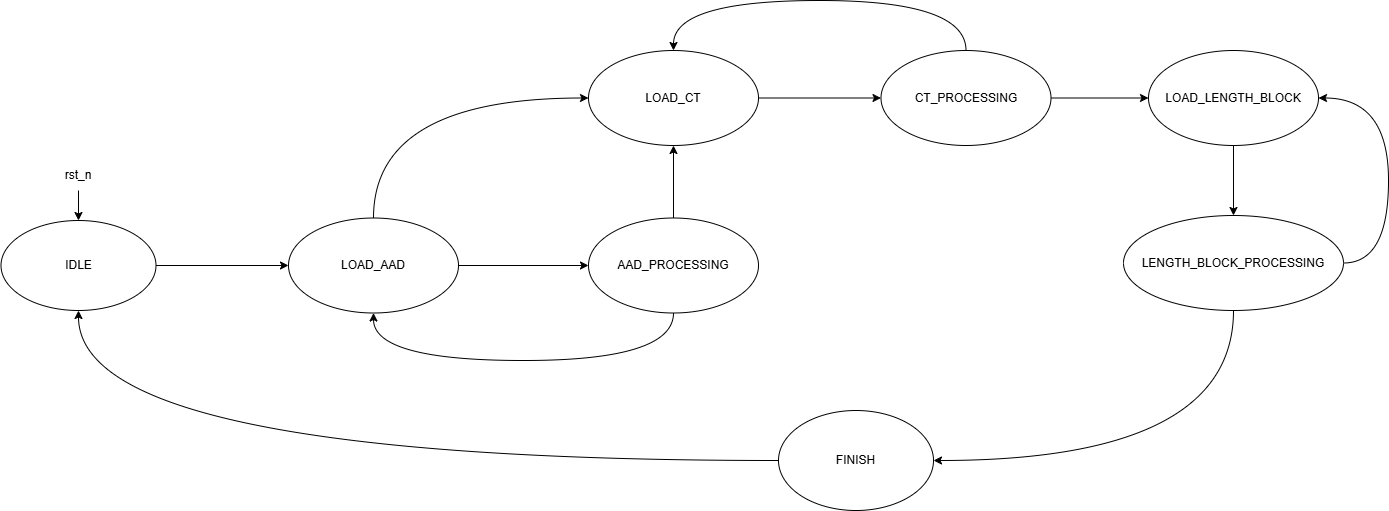
Before: Quang Long/_media/TagProcessing FSM.png, a diagram exported from draw.io (LQLManZz/AES128-Verilog). Source tidied: cells renumbered, new cells last; positions are measured from the earlier drawing's top-left corner, leaving out a move shared by most shapes. The source it was exported from:
```xml
<mxGraphModel>
  <root>
    <mxCell id="0" />
    <mxCell id="1" parent="0" />
    <mxCell id="2" style="edgeStyle=orthogonalEdgeStyle;rounded=0;jettySize=auto;html=1;exitX=1;exitY=0.5;exitDx=0;exitDy=0;entryX=0;entryY=0.5;entryDx=0;entryDy=0;" parent="1" edge="1" source="3" target="8">
      <mxGeometry relative="1" as="geometry" />
    </mxCell>
    <mxCell id="3" value="IDLE" style="ellipse;whiteSpace=wrap;html=1;" parent="1" vertex="1">
      <mxGeometry x="0.5" y="220" width="155" height="90" as="geometry" />
    </mxCell>
    <mxCell id="4" style="edgeStyle=orthogonalEdgeStyle;rounded=0;jettySize=auto;html=1;exitX=0.5;exitY=1;exitDx=0;exitDy=0;entryX=0.5;entryY=0;entryDx=0;entryDy=0;" parent="1" edge="1" source="5" target="3">
      <mxGeometry relative="1" as="geometry" />
    </mxCell>
    <mxCell id="5" value="rst_n" style="text;html=1;whiteSpace=wrap;strokeColor=none;fillColor=none;align=center;verticalAlign=middle;rounded=0;" parent="1" vertex="1">
      <mxGeometry x="48" y="160" width="60" height="30" as="geometry" />
    </mxCell>
    <mxCell id="6" style="edgeStyle=orthogonalEdgeStyle;rounded=0;jettySize=auto;html=1;exitX=1;exitY=0.5;exitDx=0;exitDy=0;entryX=0;entryY=0.5;entryDx=0;entryDy=0;" parent="1" edge="1" source="8" target="11">
      <mxGeometry relative="1" as="geometry" />
    </mxCell>
    <mxCell id="7" style="edgeStyle=orthogonalEdgeStyle;rounded=0;jettySize=auto;html=1;exitX=0.5;exitY=0;exitDx=0;exitDy=0;entryX=0;entryY=0.5;entryDx=0;entryDy=0;fontFamily=Helvetica;fontSize=12;fontColor=default;curved=1;" parent="1" edge="1" source="8" target="15">
      <mxGeometry relative="1" as="geometry" />
    </mxCell>
    <mxCell id="8" value="LOAD_AAD" style="ellipse;whiteSpace=wrap;html=1;" parent="1" vertex="1">
      <mxGeometry x="288" y="217.5" width="170" height="95" as="geometry" />
    </mxCell>
    <mxCell id="9" style="edgeStyle=orthogonalEdgeStyle;rounded=0;jettySize=auto;html=1;exitX=0.5;exitY=0;exitDx=0;exitDy=0;entryX=0.5;entryY=1;entryDx=0;entryDy=0;fontFamily=Helvetica;fontSize=12;fontColor=default;" parent="1" edge="1" source="11" target="15">
      <mxGeometry relative="1" as="geometry" />
    </mxCell>
    <mxCell id="10" style="edgeStyle=orthogonalEdgeStyle;rounded=0;jettySize=auto;html=1;exitX=0.5;exitY=1;exitDx=0;exitDy=0;entryX=0.5;entryY=1;entryDx=0;entryDy=0;fontFamily=Helvetica;fontSize=12;fontColor=default;curved=1;" parent="1" edge="1" source="11" target="8">
      <mxGeometry relative="1" as="geometry">
        <Array as="points">
          <mxPoint x="673" y="360" />
          <mxPoint x="373" y="360" />
        </Array>
      </mxGeometry>
    </mxCell>
    <mxCell id="11" value="AAD_PROCESSING" style="ellipse;whiteSpace=wrap;html=1;" parent="1" vertex="1">
      <mxGeometry x="588" y="217.5" width="170" height="95" as="geometry" />
    </mxCell>
    <mxCell id="12" style="edgeStyle=orthogonalEdgeStyle;rounded=0;jettySize=auto;html=1;exitX=0;exitY=0.5;exitDx=0;exitDy=0;entryX=0.5;entryY=1;entryDx=0;entryDy=0;curved=1;" parent="1" edge="1" source="13" target="3">
      <mxGeometry relative="1" as="geometry" />
    </mxCell>
    <mxCell id="13" value="FINISH" style="ellipse;whiteSpace=wrap;html=1;" parent="1" vertex="1">
      <mxGeometry x="778" y="410" width="155" height="100" as="geometry" />
    </mxCell>
    <mxCell id="14" style="edgeStyle=orthogonalEdgeStyle;rounded=0;jettySize=auto;html=1;exitX=1;exitY=0.5;exitDx=0;exitDy=0;entryX=0;entryY=0.5;entryDx=0;entryDy=0;fontFamily=Helvetica;fontSize=12;fontColor=default;" parent="1" edge="1" source="15" target="18">
      <mxGeometry relative="1" as="geometry" />
    </mxCell>
    <mxCell id="15" value="LOAD_CT" style="ellipse;whiteSpace=wrap;html=1;" parent="1" vertex="1">
      <mxGeometry x="588" y="50" width="170" height="95" as="geometry" />
    </mxCell>
    <mxCell id="16" style="edgeStyle=orthogonalEdgeStyle;rounded=0;jettySize=auto;html=1;exitX=1;exitY=0.5;exitDx=0;exitDy=0;entryX=0;entryY=0.5;entryDx=0;entryDy=0;fontFamily=Helvetica;fontSize=12;fontColor=default;" parent="1" edge="1" source="18" target="20">
      <mxGeometry relative="1" as="geometry" />
    </mxCell>
    <mxCell id="17" style="edgeStyle=orthogonalEdgeStyle;rounded=0;jettySize=auto;html=1;exitX=0.5;exitY=0;exitDx=0;exitDy=0;entryX=0.5;entryY=0;entryDx=0;entryDy=0;fontFamily=Helvetica;fontSize=12;fontColor=default;curved=1;" parent="1" edge="1" source="18" target="15">
      <mxGeometry relative="1" as="geometry">
        <Array as="points">
          <mxPoint x="965.5" />
          <mxPoint x="673" />
        </Array>
      </mxGeometry>
    </mxCell>
    <mxCell id="18" value="CT_PROCESSING" style="ellipse;whiteSpace=wrap;html=1;" parent="1" vertex="1">
      <mxGeometry x="880.5" y="50" width="170" height="95" as="geometry" />
    </mxCell>
    <mxCell id="19" style="edgeStyle=orthogonalEdgeStyle;rounded=0;jettySize=auto;html=1;exitX=0.5;exitY=1;exitDx=0;exitDy=0;entryX=0.5;entryY=0;entryDx=0;entryDy=0;fontFamily=Helvetica;fontSize=12;fontColor=default;" parent="1" edge="1" source="20" target="23">
      <mxGeometry relative="1" as="geometry" />
    </mxCell>
    <mxCell id="20" value="LOAD_LENGTH_BLOCK" style="ellipse;whiteSpace=wrap;html=1;" parent="1" vertex="1">
      <mxGeometry x="1148" y="50" width="170" height="95" as="geometry" />
    </mxCell>
    <mxCell id="21" style="edgeStyle=orthogonalEdgeStyle;rounded=0;jettySize=auto;html=1;exitX=0.5;exitY=1;exitDx=0;exitDy=0;entryX=1;entryY=0.5;entryDx=0;entryDy=0;fontFamily=Helvetica;fontSize=12;fontColor=default;curved=1;" parent="1" edge="1" source="23" target="13">
      <mxGeometry relative="1" as="geometry" />
    </mxCell>
    <mxCell id="22" style="edgeStyle=orthogonalEdgeStyle;rounded=0;jettySize=auto;html=1;exitX=1;exitY=0.5;exitDx=0;exitDy=0;entryX=1;entryY=0.5;entryDx=0;entryDy=0;fontFamily=Helvetica;fontSize=12;fontColor=default;curved=1;" parent="1" edge="1" source="23" target="20">
      <mxGeometry relative="1" as="geometry">
        <Array as="points">
          <mxPoint x="1388" y="262.5" />
          <mxPoint x="1388" y="97.5" />
        </Array>
      </mxGeometry>
    </mxCell>
    <mxCell id="23" value="LENGTH_BLOCK_PROCESSING" style="ellipse;whiteSpace=wrap;html=1;" parent="1" vertex="1">
      <mxGeometry x="1123" y="215" width="220" height="95" as="geometry" />
    </mxCell>
  </root>
</mxGraphModel>
```
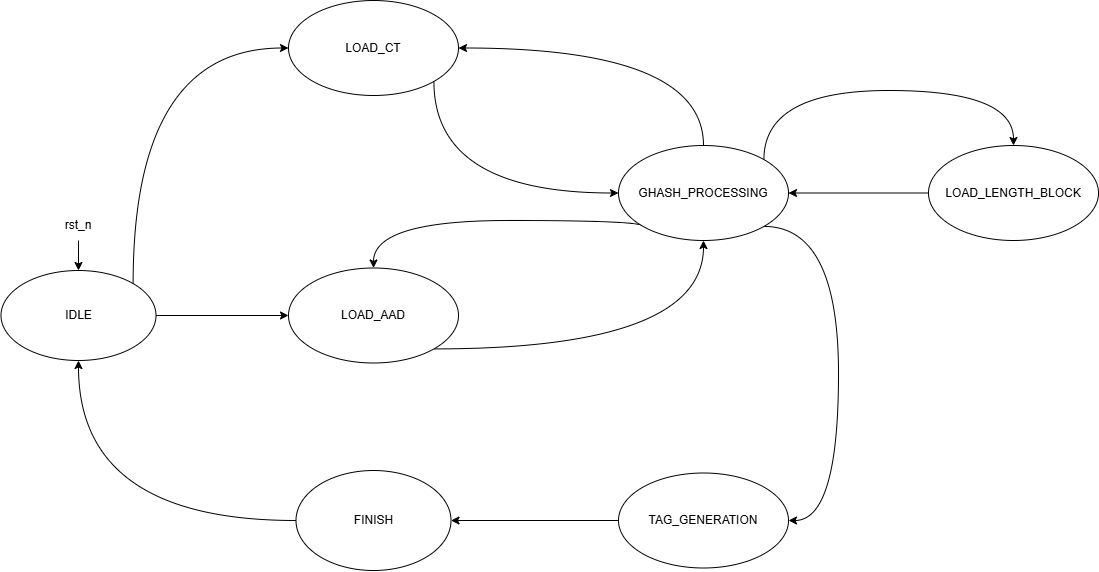
After the commit.

Diff of the diagram source:
```diff
@@ -5,6 +5,13 @@
     <mxCell id="2" style="edgeStyle=orthogonalEdgeStyle;rounded=0;jettySize=auto;html=1;exitX=1;exitY=0.5;exitDx=0;exitDy=0;entryX=0;entryY=0.5;entryDx=0;entryDy=0;" parent="1" edge="1" source="3" target="8">
       <mxGeometry relative="1" as="geometry" />
     </mxCell>
+    <mxCell id="24" style="edgeStyle=orthogonalEdgeStyle;rounded=0;jettySize=auto;html=1;exitX=1;exitY=0;exitDx=0;exitDy=0;entryX=0;entryY=0.5;entryDx=0;entryDy=0;fontFamily=Helvetica;fontSize=12;fontColor=default;curved=1;" parent="1" edge="1" source="3" target="15">
+      <mxGeometry relative="1" as="geometry">
+        <Array as="points">
+          <mxPoint x="132.6" y="-2.5" />
+        </Array>
+      </mxGeometry>
+    </mxCell>
     <mxCell id="3" value="IDLE" style="ellipse;whiteSpace=wrap;html=1;" parent="1" vertex="1">
       <mxGeometry x="0.5" y="220" width="155" height="90" as="geometry" />
     </mxCell>
@@ -14,74 +21,69 @@
     <mxCell id="5" value="rst_n" style="text;html=1;whiteSpace=wrap;strokeColor=none;fillColor=none;align=center;verticalAlign=middle;rounded=0;" parent="1" vertex="1">
       <mxGeometry x="48" y="160" width="60" height="30" as="geometry" />
     </mxCell>
-    <mxCell id="6" style="edgeStyle=orthogonalEdgeStyle;rounded=0;jettySize=auto;html=1;exitX=1;exitY=0.5;exitDx=0;exitDy=0;entryX=0;entryY=0.5;entryDx=0;entryDy=0;" parent="1" edge="1" source="8" target="11">
-      <mxGeometry relative="1" as="geometry" />
-    </mxCell>
-    <mxCell id="7" style="edgeStyle=orthogonalEdgeStyle;rounded=0;jettySize=auto;html=1;exitX=0.5;exitY=0;exitDx=0;exitDy=0;entryX=0;entryY=0.5;entryDx=0;entryDy=0;fontFamily=Helvetica;fontSize=12;fontColor=default;curved=1;" parent="1" edge="1" source="8" target="15">
-      <mxGeometry relative="1" as="geometry" />
-    </mxCell>
+    <mxCell id="25" style="edgeStyle=orthogonalEdgeStyle;rounded=0;jettySize=auto;html=1;exitX=1;exitY=1;exitDx=0;exitDy=0;entryX=0.5;entryY=1;entryDx=0;entryDy=0;fontFamily=Helvetica;fontSize=12;fontColor=default;curved=1;" parent="1" edge="1" source="8" target="34">
+      <mxGeometry relative="1" as="geometry" />
+    </mxCell>
     <mxCell id="8" value="LOAD_AAD" style="ellipse;whiteSpace=wrap;html=1;" parent="1" vertex="1">
       <mxGeometry x="288" y="217.5" width="170" height="95" as="geometry" />
     </mxCell>
-    <mxCell id="9" style="edgeStyle=orthogonalEdgeStyle;rounded=0;jettySize=auto;html=1;exitX=0.5;exitY=0;exitDx=0;exitDy=0;entryX=0.5;entryY=1;entryDx=0;entryDy=0;fontFamily=Helvetica;fontSize=12;fontColor=default;" parent="1" edge="1" source="11" target="15">
-      <mxGeometry relative="1" as="geometry" />
-    </mxCell>
-    <mxCell id="10" style="edgeStyle=orthogonalEdgeStyle;rounded=0;jettySize=auto;html=1;exitX=0.5;exitY=1;exitDx=0;exitDy=0;entryX=0.5;entryY=1;entryDx=0;entryDy=0;fontFamily=Helvetica;fontSize=12;fontColor=default;curved=1;" parent="1" edge="1" source="11" target="8">
-      <mxGeometry relative="1" as="geometry">
-        <Array as="points">
-          <mxPoint x="673" y="360" />
-          <mxPoint x="373" y="360" />
-        </Array>
-      </mxGeometry>
-    </mxCell>
-    <mxCell id="11" value="AAD_PROCESSING" style="ellipse;whiteSpace=wrap;html=1;" parent="1" vertex="1">
-      <mxGeometry x="588" y="217.5" width="170" height="95" as="geometry" />
-    </mxCell>
     <mxCell id="12" style="edgeStyle=orthogonalEdgeStyle;rounded=0;jettySize=auto;html=1;exitX=0;exitY=0.5;exitDx=0;exitDy=0;entryX=0.5;entryY=1;entryDx=0;entryDy=0;curved=1;" parent="1" edge="1" source="13" target="3">
       <mxGeometry relative="1" as="geometry" />
     </mxCell>
     <mxCell id="13" value="FINISH" style="ellipse;whiteSpace=wrap;html=1;" parent="1" vertex="1">
-      <mxGeometry x="778" y="410" width="155" height="100" as="geometry" />
+      <mxGeometry x="295.5" y="420" width="155" height="100" as="geometry" />
     </mxCell>
-    <mxCell id="14" style="edgeStyle=orthogonalEdgeStyle;rounded=0;jettySize=auto;html=1;exitX=1;exitY=0.5;exitDx=0;exitDy=0;entryX=0;entryY=0.5;entryDx=0;entryDy=0;fontFamily=Helvetica;fontSize=12;fontColor=default;" parent="1" edge="1" source="15" target="18">
-      <mxGeometry relative="1" as="geometry" />
-    </mxCell>
+    <mxCell id="26" style="edgeStyle=orthogonalEdgeStyle;rounded=0;jettySize=auto;html=1;exitX=1;exitY=1;exitDx=0;exitDy=0;entryX=0;entryY=0.5;entryDx=0;entryDy=0;fontFamily=Helvetica;fontSize=12;fontColor=default;curved=1;" parent="1" edge="1" source="15" target="34">
+      <mxGeometry relative="1" as="geometry">
+        <Array as="points">
+          <mxPoint x="433.4" y="142.5" />
+        </Array>
+      </mxGeometry>
+    </mxCell>
     <mxCell id="15" value="LOAD_CT" style="ellipse;whiteSpace=wrap;html=1;" parent="1" vertex="1">
-      <mxGeometry x="588" y="50" width="170" height="95" as="geometry" />
+      <mxGeometry x="288" y="-50" width="170" height="95" as="geometry" />
     </mxCell>
-    <mxCell id="16" style="edgeStyle=orthogonalEdgeStyle;rounded=0;jettySize=auto;html=1;exitX=1;exitY=0.5;exitDx=0;exitDy=0;entryX=0;entryY=0.5;entryDx=0;entryDy=0;fontFamily=Helvetica;fontSize=12;fontColor=default;" parent="1" edge="1" source="18" target="20">
-      <mxGeometry relative="1" as="geometry" />
-    </mxCell>
-    <mxCell id="17" style="edgeStyle=orthogonalEdgeStyle;rounded=0;jettySize=auto;html=1;exitX=0.5;exitY=0;exitDx=0;exitDy=0;entryX=0.5;entryY=0;entryDx=0;entryDy=0;fontFamily=Helvetica;fontSize=12;fontColor=default;curved=1;" parent="1" edge="1" source="18" target="15">
-      <mxGeometry relative="1" as="geometry">
-        <Array as="points">
-          <mxPoint x="965.5" />
-          <mxPoint x="673" />
-        </Array>
-      </mxGeometry>
-    </mxCell>
-    <mxCell id="18" value="CT_PROCESSING" style="ellipse;whiteSpace=wrap;html=1;" parent="1" vertex="1">
-      <mxGeometry x="880.5" y="50" width="170" height="95" as="geometry" />
-    </mxCell>
-    <mxCell id="19" style="edgeStyle=orthogonalEdgeStyle;rounded=0;jettySize=auto;html=1;exitX=0.5;exitY=1;exitDx=0;exitDy=0;entryX=0.5;entryY=0;entryDx=0;entryDy=0;fontFamily=Helvetica;fontSize=12;fontColor=default;" parent="1" edge="1" source="20" target="23">
-      <mxGeometry relative="1" as="geometry" />
-    </mxCell>
+    <mxCell id="27" style="edgeStyle=orthogonalEdgeStyle;rounded=0;jettySize=auto;html=1;exitX=0;exitY=0.5;exitDx=0;exitDy=0;entryX=1;entryY=0.5;entryDx=0;entryDy=0;fontFamily=Helvetica;fontSize=12;fontColor=default;" parent="1" edge="1" source="20" target="34">
+      <mxGeometry relative="1" as="geometry" />
+    </mxCell>
     <mxCell id="20" value="LOAD_LENGTH_BLOCK" style="ellipse;whiteSpace=wrap;html=1;" parent="1" vertex="1">
-      <mxGeometry x="1148" y="50" width="170" height="95" as="geometry" />
+      <mxGeometry x="928" y="95" width="170" height="95" as="geometry" />
     </mxCell>
-    <mxCell id="21" style="edgeStyle=orthogonalEdgeStyle;rounded=0;jettySize=auto;html=1;exitX=0.5;exitY=1;exitDx=0;exitDy=0;entryX=1;entryY=0.5;entryDx=0;entryDy=0;fontFamily=Helvetica;fontSize=12;fontColor=default;curved=1;" parent="1" edge="1" source="23" target="13">
-      <mxGeometry relative="1" as="geometry" />
-    </mxCell>
-    <mxCell id="22" style="edgeStyle=orthogonalEdgeStyle;rounded=0;jettySize=auto;html=1;exitX=1;exitY=0.5;exitDx=0;exitDy=0;entryX=1;entryY=0.5;entryDx=0;entryDy=0;fontFamily=Helvetica;fontSize=12;fontColor=default;curved=1;" parent="1" edge="1" source="23" target="20">
-      <mxGeometry relative="1" as="geometry">
-        <Array as="points">
-          <mxPoint x="1388" y="262.5" />
-          <mxPoint x="1388" y="97.5" />
-        </Array>
-      </mxGeometry>
-    </mxCell>
-    <mxCell id="23" value="LENGTH_BLOCK_PROCESSING" style="ellipse;whiteSpace=wrap;html=1;" parent="1" vertex="1">
-      <mxGeometry x="1123" y="215" width="220" height="95" as="geometry" />
-    </mxCell>
+    <mxCell id="28" style="edgeStyle=orthogonalEdgeStyle;rounded=0;jettySize=auto;html=1;exitX=0;exitY=0.5;exitDx=0;exitDy=0;entryX=1;entryY=0.5;entryDx=0;entryDy=0;fontFamily=Helvetica;fontSize=12;fontColor=default;" parent="1" edge="1" source="29" target="13">
+      <mxGeometry relative="1" as="geometry" />
+    </mxCell>
+    <mxCell id="29" value="TAG_GENERATION" style="ellipse;whiteSpace=wrap;html=1;" parent="1" vertex="1">
+      <mxGeometry x="618" y="422.5" width="170" height="95" as="geometry" />
+    </mxCell>
+    <mxCell id="30" style="edgeStyle=orthogonalEdgeStyle;rounded=0;jettySize=auto;html=1;exitX=0.5;exitY=0;exitDx=0;exitDy=0;entryX=1;entryY=0.5;entryDx=0;entryDy=0;fontFamily=Helvetica;fontSize=12;fontColor=default;curved=1;" parent="1" edge="1" source="34" target="15">
+      <mxGeometry relative="1" as="geometry" />
+    </mxCell>
+    <mxCell id="31" style="edgeStyle=orthogonalEdgeStyle;rounded=0;jettySize=auto;html=1;exitX=1;exitY=0;exitDx=0;exitDy=0;entryX=0.5;entryY=0;entryDx=0;entryDy=0;fontFamily=Helvetica;fontSize=12;fontColor=default;curved=1;" parent="1" edge="1" source="34" target="20">
+      <mxGeometry relative="1" as="geometry">
+        <Array as="points">
+          <mxPoint x="763.4" y="40" />
+          <mxPoint x="1013" y="40" />
+        </Array>
+      </mxGeometry>
+    </mxCell>
+    <mxCell id="32" style="edgeStyle=orthogonalEdgeStyle;rounded=0;jettySize=auto;html=1;exitX=1;exitY=1;exitDx=0;exitDy=0;entryX=1;entryY=0.5;entryDx=0;entryDy=0;fontFamily=Helvetica;fontSize=12;fontColor=default;curved=1;" parent="1" edge="1" source="34" target="29">
+      <mxGeometry relative="1" as="geometry">
+        <Array as="points">
+          <mxPoint x="838" y="175.9" />
+          <mxPoint x="838" y="470" />
+        </Array>
+      </mxGeometry>
+    </mxCell>
+    <mxCell id="33" style="edgeStyle=orthogonalEdgeStyle;rounded=0;jettySize=auto;html=1;exitX=0;exitY=1;exitDx=0;exitDy=0;entryX=0.5;entryY=0;entryDx=0;entryDy=0;fontFamily=Helvetica;fontSize=12;fontColor=default;curved=1;" parent="1" edge="1" source="34" target="8">
+      <mxGeometry relative="1" as="geometry">
+        <Array as="points">
+          <mxPoint x="642.6" y="170" />
+          <mxPoint x="373" y="170" />
+        </Array>
+      </mxGeometry>
+    </mxCell>
+    <mxCell id="34" value="GHASH_PROCESSING" style="ellipse;whiteSpace=wrap;html=1;" parent="1" vertex="1">
+      <mxGeometry x="618" y="95" width="170" height="95" as="geometry" />
+    </mxCell>
   </root>
 </mxGraphModel>
```
